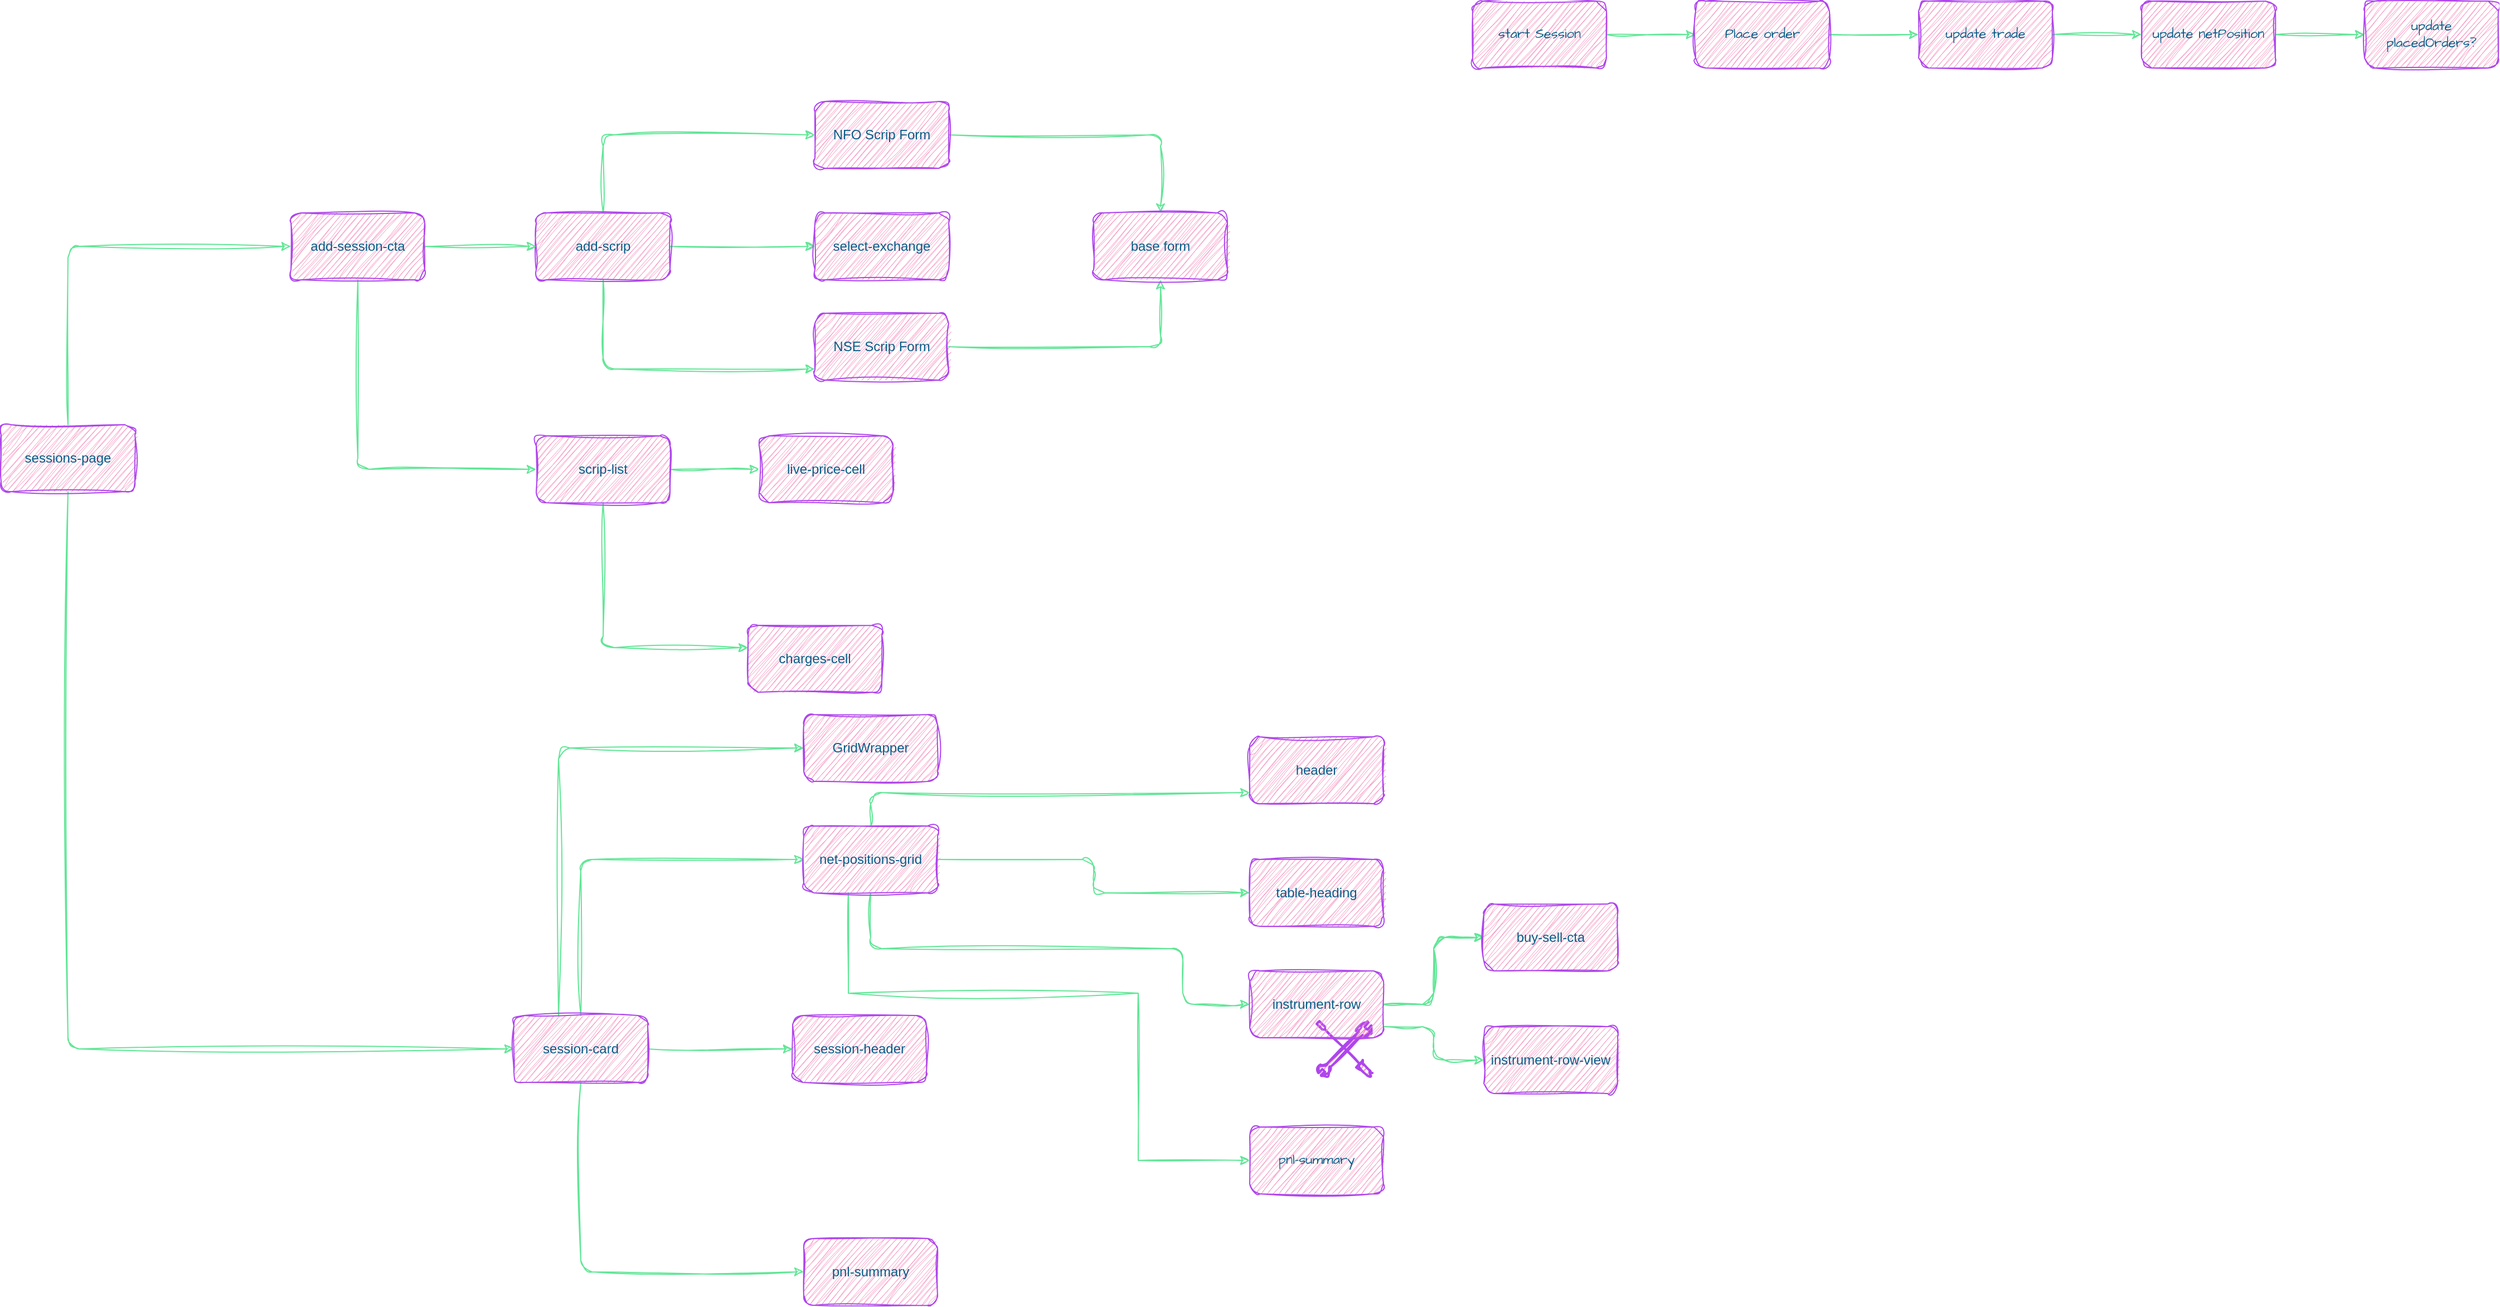
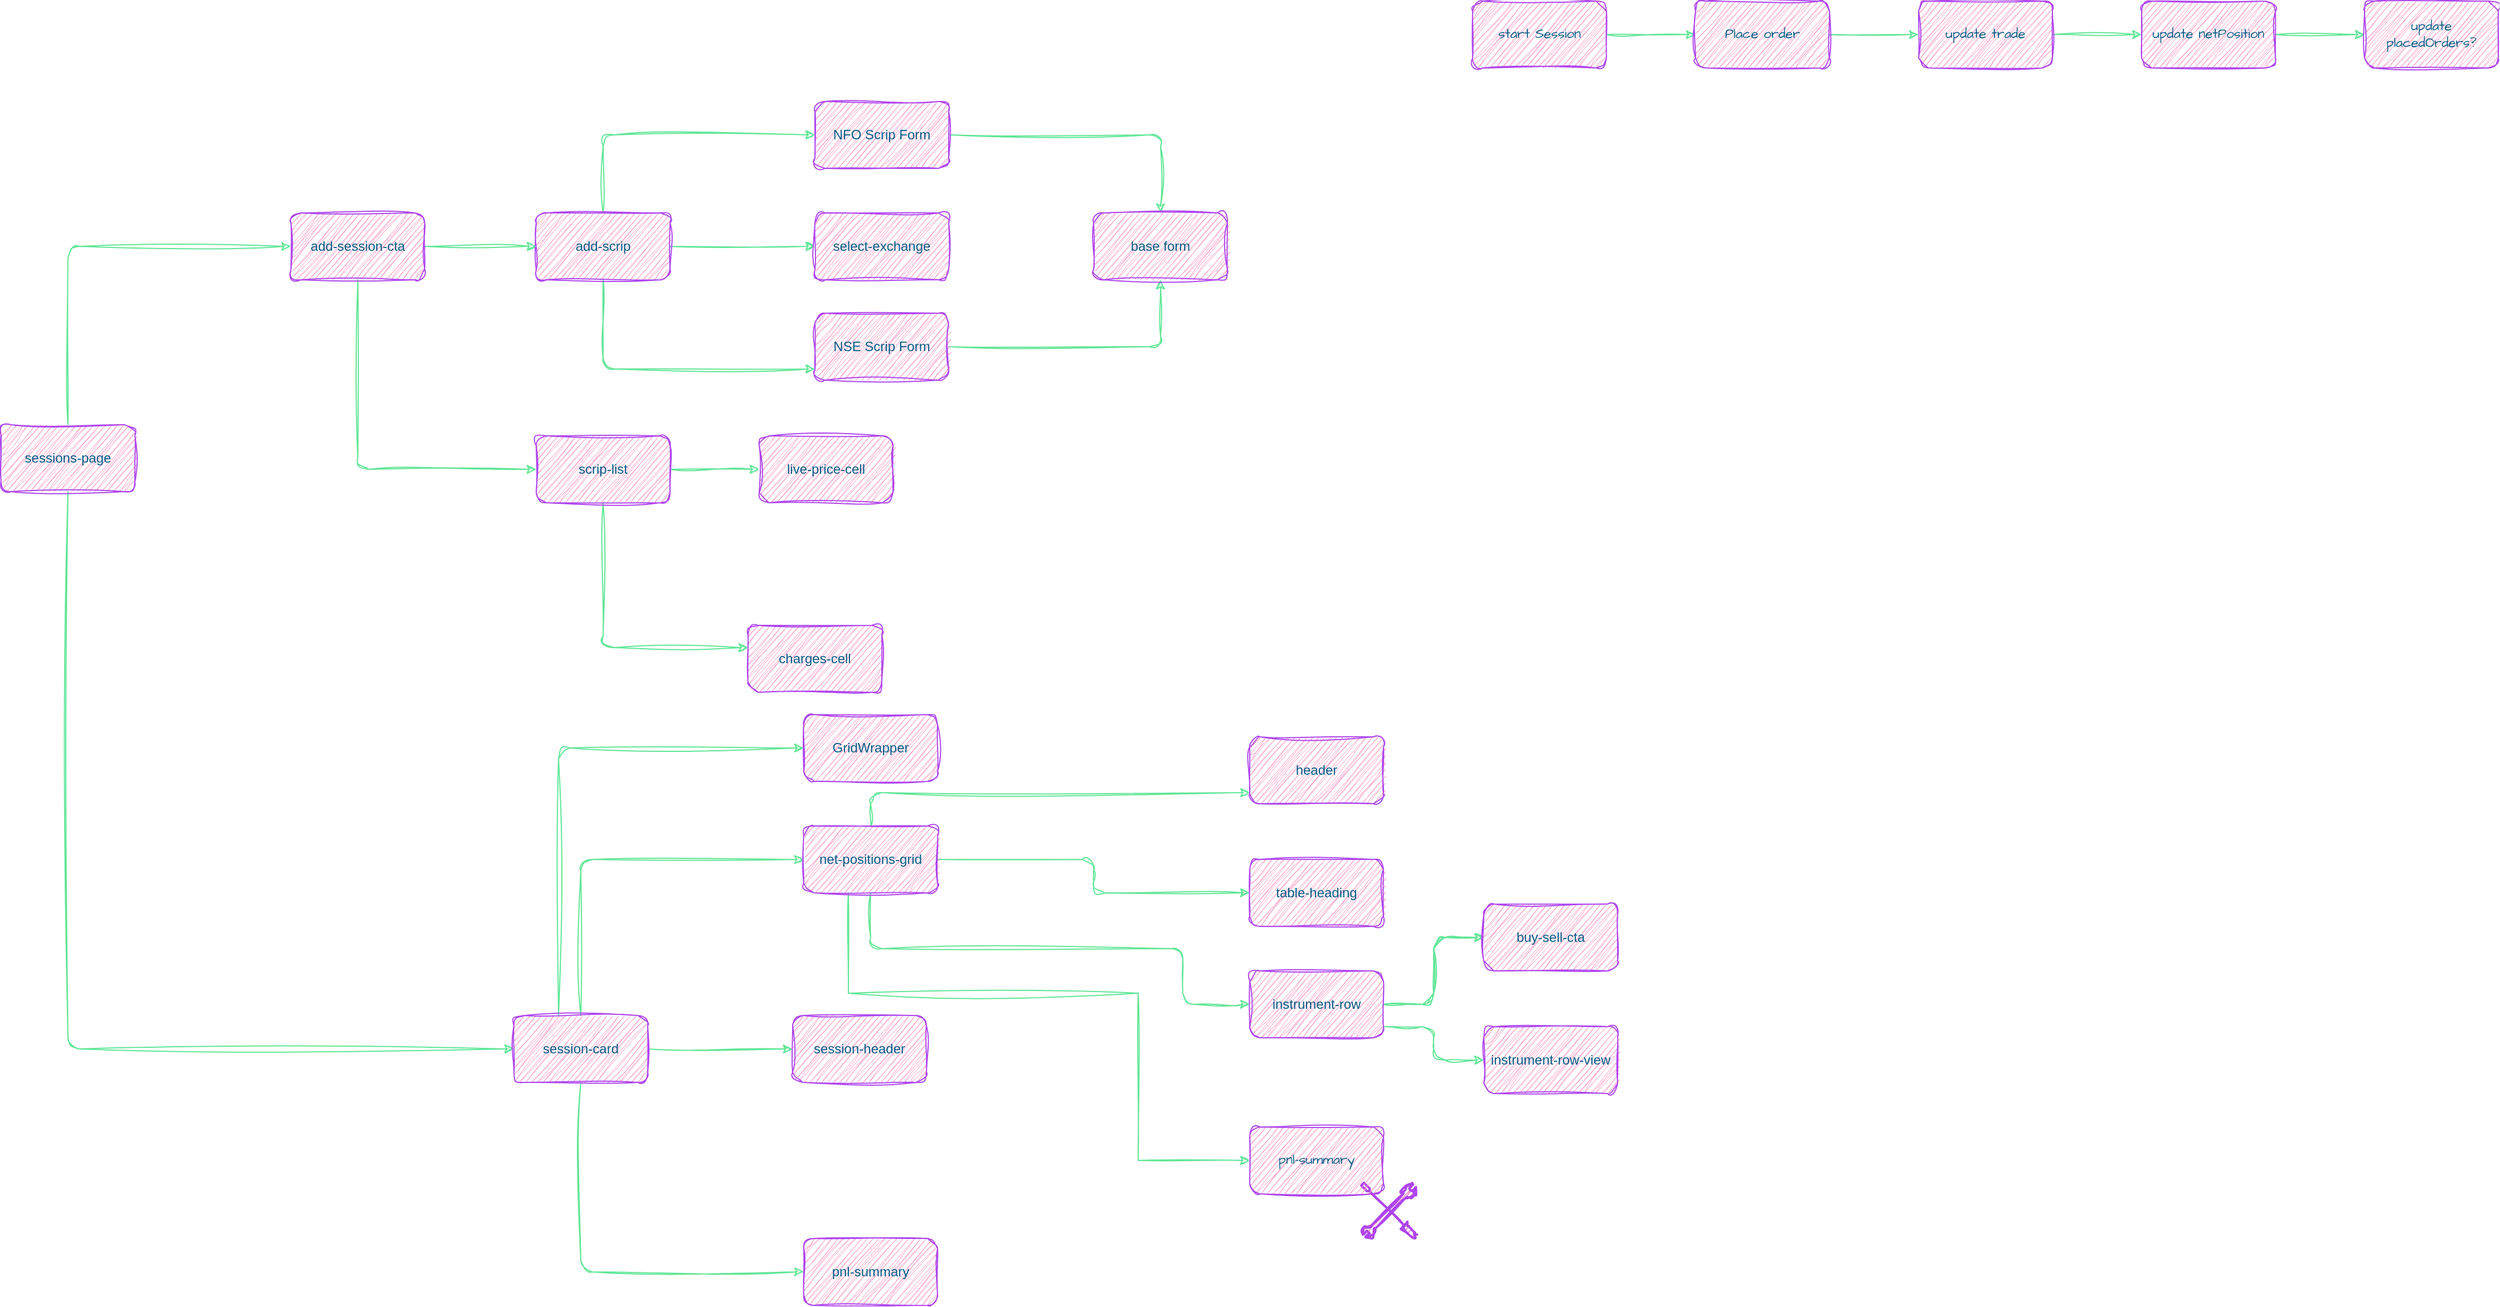
<mxfile host="app.diagrams.net" pages="5">
  <diagram id="wPQbEJP3DVO_ncDqMHqx" name="Sessions Page">
    <mxGraphModel dx="1757" dy="1026" grid="1" gridSize="10" guides="1" tooltips="1" connect="1" arrows="1" fold="1" page="0" pageScale="1" pageWidth="402" pageHeight="874" math="0" shadow="0">
      <root>
        <mxCell id="0" />
        <mxCell id="1" parent="0" />
        <mxCell id="DB1AKVm6qyutKQlFYAWD-6" edge="1" parent="1" source="DB1AKVm6qyutKQlFYAWD-1" style="edgeStyle=orthogonalEdgeStyle;rounded=1;orthogonalLoop=1;jettySize=auto;html=1;sketch=1;curveFitting=1;jiggle=2;labelBackgroundColor=none;fontColor=default;strokeColor=#60E696;" target="DB1AKVm6qyutKQlFYAWD-5" value="">
          <mxGeometry relative="1" as="geometry" />
        </mxCell>
        <mxCell id="DB1AKVm6qyutKQlFYAWD-8" edge="1" parent="1" source="DB1AKVm6qyutKQlFYAWD-1" style="edgeStyle=orthogonalEdgeStyle;rounded=1;orthogonalLoop=1;jettySize=auto;html=1;sketch=1;curveFitting=1;jiggle=2;labelBackgroundColor=none;fontColor=default;strokeColor=#60E696;" target="DB1AKVm6qyutKQlFYAWD-7" value="">
          <mxGeometry relative="1" as="geometry">
            <Array as="points">
              <mxPoint x="120" y="270" />
            </Array>
          </mxGeometry>
        </mxCell>
        <mxCell id="DB1AKVm6qyutKQlFYAWD-10" edge="1" parent="1" source="DB1AKVm6qyutKQlFYAWD-1" style="edgeStyle=orthogonalEdgeStyle;rounded=1;orthogonalLoop=1;jettySize=auto;html=1;sketch=1;curveFitting=1;jiggle=2;labelBackgroundColor=none;fontColor=default;strokeColor=#60E696;" target="DB1AKVm6qyutKQlFYAWD-9" value="">
          <mxGeometry relative="1" as="geometry">
            <Array as="points">
              <mxPoint x="120" y="60" />
            </Array>
          </mxGeometry>
        </mxCell>
        <mxCell id="DB1AKVm6qyutKQlFYAWD-1" parent="1" style="rounded=1;whiteSpace=wrap;html=1;sketch=1;curveFitting=1;jiggle=2;labelBackgroundColor=none;fillColor=#F694C1;strokeColor=#AF45ED;fontColor=#095C86;" value="add-scrip" vertex="1">
          <mxGeometry height="60" width="120" x="60" y="130" as="geometry" />
        </mxCell>
        <mxCell id="DB1AKVm6qyutKQlFYAWD-4" edge="1" parent="1" source="DB1AKVm6qyutKQlFYAWD-3" style="edgeStyle=orthogonalEdgeStyle;rounded=1;orthogonalLoop=1;jettySize=auto;html=1;sketch=1;curveFitting=1;jiggle=2;labelBackgroundColor=none;fontColor=default;strokeColor=#60E696;" target="DB1AKVm6qyutKQlFYAWD-1" value="">
          <mxGeometry relative="1" as="geometry" />
        </mxCell>
        <mxCell id="DB1AKVm6qyutKQlFYAWD-12" edge="1" parent="1" source="DB1AKVm6qyutKQlFYAWD-3" style="edgeStyle=orthogonalEdgeStyle;rounded=1;orthogonalLoop=1;jettySize=auto;html=1;sketch=1;curveFitting=1;jiggle=2;labelBackgroundColor=none;fontColor=default;strokeColor=#60E696;" target="DB1AKVm6qyutKQlFYAWD-11" value="">
          <mxGeometry relative="1" as="geometry">
            <Array as="points">
              <mxPoint x="-100" y="360" />
            </Array>
          </mxGeometry>
        </mxCell>
        <mxCell id="DB1AKVm6qyutKQlFYAWD-3" parent="1" style="rounded=1;whiteSpace=wrap;html=1;sketch=1;curveFitting=1;jiggle=2;labelBackgroundColor=none;fillColor=#F694C1;strokeColor=#AF45ED;fontColor=#095C86;" value="add-session-cta" vertex="1">
          <mxGeometry height="60" width="120" x="-160" y="130" as="geometry" />
        </mxCell>
        <mxCell id="DB1AKVm6qyutKQlFYAWD-5" parent="1" style="whiteSpace=wrap;html=1;rounded=1;sketch=1;curveFitting=1;jiggle=2;labelBackgroundColor=none;fillColor=#F694C1;strokeColor=#AF45ED;fontColor=#095C86;" value="select-exchange" vertex="1">
          <mxGeometry height="60" width="120" x="310" y="130" as="geometry" />
        </mxCell>
        <mxCell id="ouMAoqMrmdJ_XqpmxOQB-3" edge="1" parent="1" source="DB1AKVm6qyutKQlFYAWD-7" style="edgeStyle=orthogonalEdgeStyle;rounded=1;sketch=1;hachureGap=4;jiggle=2;curveFitting=1;orthogonalLoop=1;jettySize=auto;html=1;fontFamily=Architects Daughter;fontSource=https%3A%2F%2Ffonts.googleapis.com%2Fcss%3Ffamily%3DArchitects%2BDaughter;labelBackgroundColor=none;fontColor=default;strokeColor=#60E696;" target="ouMAoqMrmdJ_XqpmxOQB-1">
          <mxGeometry relative="1" as="geometry" />
        </mxCell>
        <mxCell id="DB1AKVm6qyutKQlFYAWD-7" parent="1" style="whiteSpace=wrap;html=1;rounded=1;sketch=1;curveFitting=1;jiggle=2;labelBackgroundColor=none;fillColor=#F694C1;strokeColor=#AF45ED;fontColor=#095C86;" value="NSE Scrip Form" vertex="1">
          <mxGeometry height="60" width="120" x="310" y="220" as="geometry" />
        </mxCell>
        <mxCell id="ouMAoqMrmdJ_XqpmxOQB-2" edge="1" parent="1" source="DB1AKVm6qyutKQlFYAWD-9" style="edgeStyle=orthogonalEdgeStyle;rounded=1;sketch=1;hachureGap=4;jiggle=2;curveFitting=1;orthogonalLoop=1;jettySize=auto;html=1;fontFamily=Architects Daughter;fontSource=https%3A%2F%2Ffonts.googleapis.com%2Fcss%3Ffamily%3DArchitects%2BDaughter;labelBackgroundColor=none;fontColor=default;strokeColor=#60E696;" target="ouMAoqMrmdJ_XqpmxOQB-1" value="">
          <mxGeometry relative="1" as="geometry" />
        </mxCell>
        <mxCell id="DB1AKVm6qyutKQlFYAWD-9" parent="1" style="whiteSpace=wrap;html=1;rounded=1;sketch=1;curveFitting=1;jiggle=2;labelBackgroundColor=none;fillColor=#F694C1;strokeColor=#AF45ED;fontColor=#095C86;" value="NFO Scrip Form" vertex="1">
          <mxGeometry height="60" width="120" x="310" y="30" as="geometry" />
        </mxCell>
        <mxCell id="ouMAoqMrmdJ_XqpmxOQB-15" edge="1" parent="1" source="DB1AKVm6qyutKQlFYAWD-11" style="edgeStyle=orthogonalEdgeStyle;rounded=1;sketch=1;hachureGap=4;jiggle=2;curveFitting=1;orthogonalLoop=1;jettySize=auto;html=1;fontFamily=Architects Daughter;fontSource=https%3A%2F%2Ffonts.googleapis.com%2Fcss%3Ffamily%3DArchitects%2BDaughter;labelBackgroundColor=none;fontColor=default;strokeColor=#60E696;" target="ouMAoqMrmdJ_XqpmxOQB-14" value="">
          <mxGeometry relative="1" as="geometry" />
        </mxCell>
        <mxCell id="ouMAoqMrmdJ_XqpmxOQB-17" edge="1" parent="1" source="DB1AKVm6qyutKQlFYAWD-11" style="edgeStyle=orthogonalEdgeStyle;rounded=1;sketch=1;hachureGap=4;jiggle=2;curveFitting=1;orthogonalLoop=1;jettySize=auto;html=1;fontFamily=Architects Daughter;fontSource=https%3A%2F%2Ffonts.googleapis.com%2Fcss%3Ffamily%3DArchitects%2BDaughter;labelBackgroundColor=none;fontColor=default;strokeColor=#60E696;" target="ouMAoqMrmdJ_XqpmxOQB-16" value="">
          <mxGeometry relative="1" as="geometry">
            <Array as="points">
              <mxPoint x="120" y="520" />
            </Array>
          </mxGeometry>
        </mxCell>
        <mxCell id="DB1AKVm6qyutKQlFYAWD-11" parent="1" style="whiteSpace=wrap;html=1;rounded=1;sketch=1;curveFitting=1;jiggle=2;labelBackgroundColor=none;fillColor=#F694C1;strokeColor=#AF45ED;fontColor=#095C86;" value="scrip-list" vertex="1">
          <mxGeometry height="60" width="120" x="60" y="330" as="geometry" />
        </mxCell>
        <mxCell id="DB1AKVm6qyutKQlFYAWD-15" edge="1" parent="1" source="DB1AKVm6qyutKQlFYAWD-14" style="edgeStyle=orthogonalEdgeStyle;rounded=1;sketch=1;hachureGap=4;jiggle=2;curveFitting=1;orthogonalLoop=1;jettySize=auto;html=1;entryX=0;entryY=0.5;entryDx=0;entryDy=0;fontFamily=Architects Daughter;fontSource=https%3A%2F%2Ffonts.googleapis.com%2Fcss%3Ffamily%3DArchitects%2BDaughter;fontColor=default;labelBackgroundColor=none;strokeColor=#60E696;" target="DB1AKVm6qyutKQlFYAWD-3">
          <mxGeometry relative="1" as="geometry">
            <Array as="points">
              <mxPoint x="-360" y="160" />
            </Array>
          </mxGeometry>
        </mxCell>
        <mxCell id="ouMAoqMrmdJ_XqpmxOQB-28" edge="1" parent="1" source="DB1AKVm6qyutKQlFYAWD-14" style="edgeStyle=orthogonalEdgeStyle;rounded=1;sketch=1;hachureGap=4;jiggle=2;curveFitting=1;orthogonalLoop=1;jettySize=auto;html=1;entryX=0;entryY=0.5;entryDx=0;entryDy=0;fontFamily=Architects Daughter;fontSource=https%3A%2F%2Ffonts.googleapis.com%2Fcss%3Ffamily%3DArchitects%2BDaughter;labelBackgroundColor=none;fontColor=default;strokeColor=#60E696;" target="ouMAoqMrmdJ_XqpmxOQB-19">
          <mxGeometry relative="1" as="geometry">
            <Array as="points">
              <mxPoint x="-360" y="880" />
            </Array>
          </mxGeometry>
        </mxCell>
        <mxCell id="DB1AKVm6qyutKQlFYAWD-14" parent="1" style="rounded=1;whiteSpace=wrap;html=1;sketch=1;curveFitting=1;jiggle=2;labelBackgroundColor=none;fillColor=#F694C1;strokeColor=#AF45ED;fontColor=#095C86;" value="sessions-page" vertex="1">
          <mxGeometry height="60" width="120" x="-420" y="320" as="geometry" />
        </mxCell>
        <mxCell id="ouMAoqMrmdJ_XqpmxOQB-1" parent="1" style="whiteSpace=wrap;html=1;rounded=1;sketch=1;curveFitting=1;jiggle=2;labelBackgroundColor=none;fillColor=#F694C1;strokeColor=#AF45ED;fontColor=#095C86;" value="base form" vertex="1">
          <mxGeometry height="60" width="120" x="560" y="130" as="geometry" />
        </mxCell>
        <mxCell id="ouMAoqMrmdJ_XqpmxOQB-6" edge="1" parent="1" source="ouMAoqMrmdJ_XqpmxOQB-4" style="edgeStyle=orthogonalEdgeStyle;rounded=1;sketch=1;hachureGap=4;jiggle=2;curveFitting=1;orthogonalLoop=1;jettySize=auto;html=1;fontFamily=Architects Daughter;fontSource=https%3A%2F%2Ffonts.googleapis.com%2Fcss%3Ffamily%3DArchitects%2BDaughter;labelBackgroundColor=none;fontColor=default;strokeColor=#60E696;" target="ouMAoqMrmdJ_XqpmxOQB-5" value="">
          <mxGeometry relative="1" as="geometry" />
        </mxCell>
        <mxCell id="ouMAoqMrmdJ_XqpmxOQB-4" parent="1" style="whiteSpace=wrap;html=1;sketch=1;hachureGap=4;jiggle=2;curveFitting=1;fontFamily=Architects Daughter;fontSource=https%3A%2F%2Ffonts.googleapis.com%2Fcss%3Ffamily%3DArchitects%2BDaughter;labelBackgroundColor=none;rounded=1;fillColor=#F694C1;strokeColor=#AF45ED;fontColor=#095C86;" value="start Session" vertex="1">
          <mxGeometry height="60" width="120" x="900" y="-60" as="geometry" />
        </mxCell>
        <mxCell id="ouMAoqMrmdJ_XqpmxOQB-8" edge="1" parent="1" source="ouMAoqMrmdJ_XqpmxOQB-5" style="edgeStyle=orthogonalEdgeStyle;rounded=1;sketch=1;hachureGap=4;jiggle=2;curveFitting=1;orthogonalLoop=1;jettySize=auto;html=1;fontFamily=Architects Daughter;fontSource=https%3A%2F%2Ffonts.googleapis.com%2Fcss%3Ffamily%3DArchitects%2BDaughter;labelBackgroundColor=none;fontColor=default;strokeColor=#60E696;" target="ouMAoqMrmdJ_XqpmxOQB-7" value="">
          <mxGeometry relative="1" as="geometry" />
        </mxCell>
        <mxCell id="ouMAoqMrmdJ_XqpmxOQB-5" parent="1" style="whiteSpace=wrap;html=1;fontFamily=Architects Daughter;sketch=1;hachureGap=4;jiggle=2;curveFitting=1;fontSource=https%3A%2F%2Ffonts.googleapis.com%2Fcss%3Ffamily%3DArchitects%2BDaughter;labelBackgroundColor=none;rounded=1;fillColor=#F694C1;strokeColor=#AF45ED;fontColor=#095C86;" value="Place order" vertex="1">
          <mxGeometry height="60" width="120" x="1100" y="-60" as="geometry" />
        </mxCell>
        <mxCell id="ouMAoqMrmdJ_XqpmxOQB-10" edge="1" parent="1" source="ouMAoqMrmdJ_XqpmxOQB-7" style="edgeStyle=orthogonalEdgeStyle;rounded=1;sketch=1;hachureGap=4;jiggle=2;curveFitting=1;orthogonalLoop=1;jettySize=auto;html=1;fontFamily=Architects Daughter;fontSource=https%3A%2F%2Ffonts.googleapis.com%2Fcss%3Ffamily%3DArchitects%2BDaughter;labelBackgroundColor=none;fontColor=default;strokeColor=#60E696;" target="ouMAoqMrmdJ_XqpmxOQB-9" value="">
          <mxGeometry relative="1" as="geometry" />
        </mxCell>
        <mxCell id="ouMAoqMrmdJ_XqpmxOQB-7" parent="1" style="whiteSpace=wrap;html=1;fontFamily=Architects Daughter;sketch=1;hachureGap=4;jiggle=2;curveFitting=1;fontSource=https%3A%2F%2Ffonts.googleapis.com%2Fcss%3Ffamily%3DArchitects%2BDaughter;labelBackgroundColor=none;rounded=1;fillColor=#F694C1;strokeColor=#AF45ED;fontColor=#095C86;" value="update trade" vertex="1">
          <mxGeometry height="60" width="120" x="1300" y="-60" as="geometry" />
        </mxCell>
        <mxCell id="ouMAoqMrmdJ_XqpmxOQB-12" edge="1" parent="1" source="ouMAoqMrmdJ_XqpmxOQB-9" style="edgeStyle=orthogonalEdgeStyle;rounded=1;sketch=1;hachureGap=4;jiggle=2;curveFitting=1;orthogonalLoop=1;jettySize=auto;html=1;fontFamily=Architects Daughter;fontSource=https%3A%2F%2Ffonts.googleapis.com%2Fcss%3Ffamily%3DArchitects%2BDaughter;labelBackgroundColor=none;fontColor=default;strokeColor=#60E696;" target="ouMAoqMrmdJ_XqpmxOQB-11" value="">
          <mxGeometry relative="1" as="geometry" />
        </mxCell>
        <mxCell id="ouMAoqMrmdJ_XqpmxOQB-9" parent="1" style="whiteSpace=wrap;html=1;fontFamily=Architects Daughter;sketch=1;hachureGap=4;jiggle=2;curveFitting=1;fontSource=https%3A%2F%2Ffonts.googleapis.com%2Fcss%3Ffamily%3DArchitects%2BDaughter;labelBackgroundColor=none;rounded=1;fillColor=#F694C1;strokeColor=#AF45ED;fontColor=#095C86;" value="update netPosition" vertex="1">
          <mxGeometry height="60" width="120" x="1500" y="-60" as="geometry" />
        </mxCell>
        <mxCell id="ouMAoqMrmdJ_XqpmxOQB-11" parent="1" style="whiteSpace=wrap;html=1;fontFamily=Architects Daughter;sketch=1;hachureGap=4;jiggle=2;curveFitting=1;fontSource=https%3A%2F%2Ffonts.googleapis.com%2Fcss%3Ffamily%3DArchitects%2BDaughter;labelBackgroundColor=none;rounded=1;fillColor=#F694C1;strokeColor=#AF45ED;fontColor=#095C86;" value="update placedOrders?" vertex="1">
          <mxGeometry height="60" width="120" x="1700" y="-60" as="geometry" />
        </mxCell>
        <mxCell id="ouMAoqMrmdJ_XqpmxOQB-13" parent="1" style="html=1;verticalLabelPosition=bottom;align=center;labelBackgroundColor=none;verticalAlign=top;strokeWidth=2;shadow=0;dashed=0;shape=mxgraph.ios7.icons.tools;pointerEvents=1;sketch=1;hachureGap=4;jiggle=2;curveFitting=1;fontFamily=Architects Daughter;fontSource=https%3A%2F%2Ffonts.googleapis.com%2Fcss%3Ffamily%3DArchitects%2BDaughter;rounded=1;fillColor=#F694C1;strokeColor=#AF45ED;fontColor=#095C86;" value="" vertex="1">
-           <mxGeometry height="50" width="50" x="760" y="855" as="geometry" />
+           <mxGeometry height="50" width="50" x="800" y="1000" as="geometry" />
        </mxCell>
        <mxCell id="ouMAoqMrmdJ_XqpmxOQB-14" parent="1" style="whiteSpace=wrap;html=1;rounded=1;sketch=1;curveFitting=1;jiggle=2;labelBackgroundColor=none;fillColor=#F694C1;strokeColor=#AF45ED;fontColor=#095C86;" value="live-price-cell" vertex="1">
          <mxGeometry height="60" width="120" x="260" y="330" as="geometry" />
        </mxCell>
        <mxCell id="ouMAoqMrmdJ_XqpmxOQB-16" parent="1" style="whiteSpace=wrap;html=1;rounded=1;sketch=1;curveFitting=1;jiggle=2;labelBackgroundColor=none;fillColor=#F694C1;strokeColor=#AF45ED;fontColor=#095C86;" value="charges-cell" vertex="1">
          <mxGeometry height="60" width="120" x="250" y="500" as="geometry" />
        </mxCell>
        <mxCell id="ouMAoqMrmdJ_XqpmxOQB-22" edge="1" parent="1" source="ouMAoqMrmdJ_XqpmxOQB-19" style="edgeStyle=orthogonalEdgeStyle;rounded=1;sketch=1;hachureGap=4;jiggle=2;curveFitting=1;orthogonalLoop=1;jettySize=auto;html=1;fontFamily=Architects Daughter;fontSource=https%3A%2F%2Ffonts.googleapis.com%2Fcss%3Ffamily%3DArchitects%2BDaughter;labelBackgroundColor=none;fontColor=default;strokeColor=#60E696;" target="ouMAoqMrmdJ_XqpmxOQB-21" value="">
          <mxGeometry relative="1" as="geometry" />
        </mxCell>
        <mxCell id="ouMAoqMrmdJ_XqpmxOQB-25" edge="1" parent="1" source="ouMAoqMrmdJ_XqpmxOQB-19" style="edgeStyle=orthogonalEdgeStyle;rounded=1;sketch=1;hachureGap=4;jiggle=2;curveFitting=1;orthogonalLoop=1;jettySize=auto;html=1;entryX=0;entryY=0.5;entryDx=0;entryDy=0;fontFamily=Architects Daughter;fontSource=https%3A%2F%2Ffonts.googleapis.com%2Fcss%3Ffamily%3DArchitects%2BDaughter;labelBackgroundColor=none;fontColor=default;strokeColor=#60E696;" target="ouMAoqMrmdJ_XqpmxOQB-23">
          <mxGeometry relative="1" as="geometry">
            <Array as="points">
              <mxPoint x="100" y="710" />
            </Array>
          </mxGeometry>
        </mxCell>
        <mxCell id="ouMAoqMrmdJ_XqpmxOQB-27" edge="1" parent="1" source="ouMAoqMrmdJ_XqpmxOQB-19" style="edgeStyle=orthogonalEdgeStyle;rounded=1;sketch=1;hachureGap=4;jiggle=2;curveFitting=1;orthogonalLoop=1;jettySize=auto;html=1;fontFamily=Architects Daughter;fontSource=https%3A%2F%2Ffonts.googleapis.com%2Fcss%3Ffamily%3DArchitects%2BDaughter;labelBackgroundColor=none;fontColor=default;strokeColor=#60E696;" target="ouMAoqMrmdJ_XqpmxOQB-26" value="">
          <mxGeometry relative="1" as="geometry">
            <Array as="points">
              <mxPoint x="100" y="1080" />
            </Array>
          </mxGeometry>
        </mxCell>
        <mxCell id="ouMAoqMrmdJ_XqpmxOQB-30" edge="1" parent="1" source="ouMAoqMrmdJ_XqpmxOQB-19" style="edgeStyle=orthogonalEdgeStyle;rounded=1;sketch=1;hachureGap=4;jiggle=2;curveFitting=1;orthogonalLoop=1;jettySize=auto;html=1;fontFamily=Architects Daughter;fontSource=https%3A%2F%2Ffonts.googleapis.com%2Fcss%3Ffamily%3DArchitects%2BDaughter;fontColor=default;labelBackgroundColor=none;strokeColor=#60E696;" target="ouMAoqMrmdJ_XqpmxOQB-29" value="">
          <mxGeometry relative="1" as="geometry">
            <Array as="points">
              <mxPoint x="80" y="610" />
            </Array>
          </mxGeometry>
        </mxCell>
        <mxCell id="ouMAoqMrmdJ_XqpmxOQB-19" parent="1" style="whiteSpace=wrap;html=1;rounded=1;sketch=1;curveFitting=1;jiggle=2;labelBackgroundColor=none;fillColor=#F694C1;strokeColor=#AF45ED;fontColor=#095C86;" value="session-card" vertex="1">
          <mxGeometry height="60" width="120" x="40" y="850" as="geometry" />
        </mxCell>
        <mxCell id="ouMAoqMrmdJ_XqpmxOQB-21" parent="1" style="whiteSpace=wrap;html=1;rounded=1;sketch=1;curveFitting=1;jiggle=2;labelBackgroundColor=none;fillColor=#F694C1;strokeColor=#AF45ED;fontColor=#095C86;" value="session-header" vertex="1">
          <mxGeometry height="60" width="120" x="290" y="850" as="geometry" />
        </mxCell>
        <mxCell id="ouMAoqMrmdJ_XqpmxOQB-32" edge="1" parent="1" source="ouMAoqMrmdJ_XqpmxOQB-23" style="edgeStyle=orthogonalEdgeStyle;rounded=1;sketch=1;hachureGap=4;jiggle=2;curveFitting=1;orthogonalLoop=1;jettySize=auto;html=1;fontFamily=Architects Daughter;fontSource=https%3A%2F%2Ffonts.googleapis.com%2Fcss%3Ffamily%3DArchitects%2BDaughter;fontColor=default;labelBackgroundColor=none;strokeColor=#60E696;" target="ouMAoqMrmdJ_XqpmxOQB-31" value="">
          <mxGeometry relative="1" as="geometry">
            <Array as="points">
              <mxPoint x="360" y="650" />
            </Array>
          </mxGeometry>
        </mxCell>
        <mxCell id="ouMAoqMrmdJ_XqpmxOQB-34" edge="1" parent="1" source="ouMAoqMrmdJ_XqpmxOQB-23" style="edgeStyle=orthogonalEdgeStyle;rounded=1;sketch=1;hachureGap=4;jiggle=2;curveFitting=1;orthogonalLoop=1;jettySize=auto;html=1;fontFamily=Architects Daughter;fontSource=https%3A%2F%2Ffonts.googleapis.com%2Fcss%3Ffamily%3DArchitects%2BDaughter;fontColor=default;labelBackgroundColor=none;strokeColor=#60E696;" target="ouMAoqMrmdJ_XqpmxOQB-33" value="">
          <mxGeometry relative="1" as="geometry" />
        </mxCell>
        <mxCell id="ouMAoqMrmdJ_XqpmxOQB-38" edge="1" parent="1" source="ouMAoqMrmdJ_XqpmxOQB-23" style="edgeStyle=orthogonalEdgeStyle;rounded=1;sketch=1;hachureGap=4;jiggle=2;curveFitting=1;orthogonalLoop=1;jettySize=auto;html=1;fontFamily=Architects Daughter;fontSource=https%3A%2F%2Ffonts.googleapis.com%2Fcss%3Ffamily%3DArchitects%2BDaughter;fontColor=default;labelBackgroundColor=none;strokeColor=#60E696;" target="ouMAoqMrmdJ_XqpmxOQB-37" value="">
          <mxGeometry relative="1" as="geometry">
            <Array as="points">
              <mxPoint x="360" y="790" />
              <mxPoint x="640" y="790" />
            </Array>
          </mxGeometry>
        </mxCell>
        <mxCell id="eX8Cx5BNWnft2gzvnQZb-2" edge="1" parent="1" source="ouMAoqMrmdJ_XqpmxOQB-23" style="edgeStyle=orthogonalEdgeStyle;rounded=0;sketch=1;hachureGap=4;jiggle=2;curveFitting=1;orthogonalLoop=1;jettySize=auto;html=1;fontFamily=Architects Daughter;fontSource=https%3A%2F%2Ffonts.googleapis.com%2Fcss%3Ffamily%3DArchitects%2BDaughter;entryX=0;entryY=0.5;entryDx=0;entryDy=0;labelBackgroundColor=none;fontColor=default;strokeColor=#60E696;" target="eX8Cx5BNWnft2gzvnQZb-3">
          <mxGeometry relative="1" as="geometry">
            <Array as="points">
              <mxPoint x="340" y="830" />
              <mxPoint x="600" y="830" />
              <mxPoint x="600" y="980" />
            </Array>
            <mxPoint x="600" y="1010" as="targetPoint" />
          </mxGeometry>
        </mxCell>
        <mxCell id="ouMAoqMrmdJ_XqpmxOQB-23" parent="1" style="whiteSpace=wrap;html=1;rounded=1;sketch=1;curveFitting=1;jiggle=2;labelBackgroundColor=none;fillColor=#F694C1;strokeColor=#AF45ED;fontColor=#095C86;" value="net-positions-grid" vertex="1">
          <mxGeometry height="60" width="120" x="300" y="680" as="geometry" />
        </mxCell>
        <mxCell id="ouMAoqMrmdJ_XqpmxOQB-26" parent="1" style="whiteSpace=wrap;html=1;rounded=1;sketch=1;curveFitting=1;jiggle=2;labelBackgroundColor=none;fillColor=#F694C1;strokeColor=#AF45ED;fontColor=#095C86;" value="pnl-summary" vertex="1">
          <mxGeometry height="60" width="120" x="300" y="1050" as="geometry" />
        </mxCell>
        <mxCell id="ouMAoqMrmdJ_XqpmxOQB-29" parent="1" style="whiteSpace=wrap;html=1;rounded=1;sketch=1;curveFitting=1;jiggle=2;labelBackgroundColor=none;fillColor=#F694C1;strokeColor=#AF45ED;fontColor=#095C86;" value="GridWrapper" vertex="1">
          <mxGeometry height="60" width="120" x="300" y="580" as="geometry" />
        </mxCell>
        <mxCell id="ouMAoqMrmdJ_XqpmxOQB-31" parent="1" style="whiteSpace=wrap;html=1;rounded=1;sketch=1;curveFitting=1;jiggle=2;labelBackgroundColor=none;fillColor=#F694C1;strokeColor=#AF45ED;fontColor=#095C86;" value="header" vertex="1">
          <mxGeometry height="60" width="120" x="700" y="600" as="geometry" />
        </mxCell>
        <mxCell id="ouMAoqMrmdJ_XqpmxOQB-33" parent="1" style="whiteSpace=wrap;html=1;rounded=1;sketch=1;curveFitting=1;jiggle=2;labelBackgroundColor=none;fillColor=#F694C1;strokeColor=#AF45ED;fontColor=#095C86;" value="table-heading" vertex="1">
          <mxGeometry height="60" width="120" x="700" y="710" as="geometry" />
        </mxCell>
        <mxCell id="ouMAoqMrmdJ_XqpmxOQB-40" edge="1" parent="1" source="ouMAoqMrmdJ_XqpmxOQB-37" style="edgeStyle=orthogonalEdgeStyle;rounded=1;sketch=1;hachureGap=4;jiggle=2;curveFitting=1;orthogonalLoop=1;jettySize=auto;html=1;fontFamily=Architects Daughter;fontSource=https%3A%2F%2Ffonts.googleapis.com%2Fcss%3Ffamily%3DArchitects%2BDaughter;fontColor=default;labelBackgroundColor=none;strokeColor=#60E696;" target="ouMAoqMrmdJ_XqpmxOQB-39" value="">
          <mxGeometry relative="1" as="geometry" />
        </mxCell>
        <mxCell id="ouMAoqMrmdJ_XqpmxOQB-41" edge="1" parent="1" source="ouMAoqMrmdJ_XqpmxOQB-37" style="edgeStyle=orthogonalEdgeStyle;rounded=1;sketch=1;hachureGap=4;jiggle=2;curveFitting=1;orthogonalLoop=1;jettySize=auto;html=1;fontFamily=Architects Daughter;fontSource=https%3A%2F%2Ffonts.googleapis.com%2Fcss%3Ffamily%3DArchitects%2BDaughter;fontColor=default;labelBackgroundColor=none;strokeColor=#60E696;" target="ouMAoqMrmdJ_XqpmxOQB-39" value="">
          <mxGeometry relative="1" as="geometry" />
        </mxCell>
        <mxCell id="ouMAoqMrmdJ_XqpmxOQB-43" edge="1" parent="1" source="ouMAoqMrmdJ_XqpmxOQB-37" style="edgeStyle=orthogonalEdgeStyle;rounded=1;sketch=1;hachureGap=4;jiggle=2;curveFitting=1;orthogonalLoop=1;jettySize=auto;html=1;fontFamily=Architects Daughter;fontSource=https%3A%2F%2Ffonts.googleapis.com%2Fcss%3Ffamily%3DArchitects%2BDaughter;fontColor=default;labelBackgroundColor=none;strokeColor=#60E696;" target="ouMAoqMrmdJ_XqpmxOQB-42" value="">
          <mxGeometry relative="1" as="geometry">
            <Array as="points">
              <mxPoint x="865" y="860" />
              <mxPoint x="865" y="890" />
            </Array>
          </mxGeometry>
        </mxCell>
        <mxCell id="ouMAoqMrmdJ_XqpmxOQB-37" parent="1" style="whiteSpace=wrap;html=1;rounded=1;sketch=1;curveFitting=1;jiggle=2;labelBackgroundColor=none;fillColor=#F694C1;strokeColor=#AF45ED;fontColor=#095C86;" value="instrument-row" vertex="1">
          <mxGeometry height="60" width="120" x="700" y="810" as="geometry" />
        </mxCell>
        <mxCell id="ouMAoqMrmdJ_XqpmxOQB-39" parent="1" style="whiteSpace=wrap;html=1;rounded=1;sketch=1;curveFitting=1;jiggle=2;labelBackgroundColor=none;fillColor=#F694C1;strokeColor=#AF45ED;fontColor=#095C86;" value="buy-sell-cta" vertex="1">
          <mxGeometry height="60" width="120" x="910" y="750" as="geometry" />
        </mxCell>
        <mxCell id="ouMAoqMrmdJ_XqpmxOQB-42" parent="1" style="whiteSpace=wrap;html=1;rounded=1;sketch=1;curveFitting=1;jiggle=2;labelBackgroundColor=none;fillColor=#F694C1;strokeColor=#AF45ED;fontColor=#095C86;" value="instrument-row-view" vertex="1">
          <mxGeometry height="60" width="120" x="910" y="860" as="geometry" />
        </mxCell>
        <mxCell id="eX8Cx5BNWnft2gzvnQZb-3" parent="1" style="rounded=1;whiteSpace=wrap;html=1;sketch=1;hachureGap=4;jiggle=2;curveFitting=1;fontFamily=Architects Daughter;fontSource=https%3A%2F%2Ffonts.googleapis.com%2Fcss%3Ffamily%3DArchitects%2BDaughter;labelBackgroundColor=none;fillColor=#F694C1;strokeColor=#AF45ED;fontColor=#095C86;" value="pnl-summary" vertex="1">
          <mxGeometry height="60" width="120" x="700" y="950" as="geometry" />
        </mxCell>
      </root>
    </mxGraphModel>
  </diagram>
  <diagram id="YVkBlKKJ4RNEtawBKbZk" name="Session">
    <mxGraphModel dx="1357" dy="626" grid="1" gridSize="10" guides="1" tooltips="1" connect="1" arrows="1" fold="1" page="0" pageScale="1" pageWidth="402" pageHeight="874" math="0" shadow="0">
      <root>
        <mxCell id="0" />
        <mxCell id="1" parent="0" />
        <mxCell id="b8iQl_XISdQ6rZ6kNcMQ-3" edge="1" parent="1" source="b8iQl_XISdQ6rZ6kNcMQ-1" style="edgeStyle=orthogonalEdgeStyle;rounded=0;orthogonalLoop=1;jettySize=auto;html=1;" target="b8iQl_XISdQ6rZ6kNcMQ-2" value="">
          <mxGeometry relative="1" as="geometry" />
        </mxCell>
        <mxCell id="b8iQl_XISdQ6rZ6kNcMQ-1" parent="1" style="rounded=1;whiteSpace=wrap;html=1;" value="start session" vertex="1">
          <mxGeometry height="60" width="120" x="-200" y="80" as="geometry" />
        </mxCell>
        <mxCell id="b8iQl_XISdQ6rZ6kNcMQ-5" edge="1" parent="1" source="b8iQl_XISdQ6rZ6kNcMQ-2" style="edgeStyle=orthogonalEdgeStyle;rounded=0;orthogonalLoop=1;jettySize=auto;html=1;" target="b8iQl_XISdQ6rZ6kNcMQ-4" value="">
          <mxGeometry relative="1" as="geometry" />
        </mxCell>
        <mxCell id="b8iQl_XISdQ6rZ6kNcMQ-2" parent="1" style="whiteSpace=wrap;html=1;rounded=1;" value="place orders&amp;nbsp;&lt;br&gt;(all or none)" vertex="1">
          <mxGeometry height="60" width="120" y="80" as="geometry" />
        </mxCell>
        <mxCell id="b8iQl_XISdQ6rZ6kNcMQ-7" edge="1" parent="1" source="b8iQl_XISdQ6rZ6kNcMQ-4" style="edgeStyle=orthogonalEdgeStyle;rounded=0;orthogonalLoop=1;jettySize=auto;html=1;" target="b8iQl_XISdQ6rZ6kNcMQ-6" value="">
          <mxGeometry relative="1" as="geometry" />
        </mxCell>
        <mxCell id="b8iQl_XISdQ6rZ6kNcMQ-4" parent="1" style="whiteSpace=wrap;html=1;rounded=1;" value="update margins" vertex="1">
          <mxGeometry height="60" width="120" x="200" y="80" as="geometry" />
        </mxCell>
        <mxCell id="b8iQl_XISdQ6rZ6kNcMQ-6" parent="1" style="whiteSpace=wrap;html=1;rounded=1;" value="create session" vertex="1">
          <mxGeometry height="60" width="120" x="200" y="200" as="geometry" />
        </mxCell>
        <mxCell id="b8iQl_XISdQ6rZ6kNcMQ-8" parent="1" style="rounded=1;whiteSpace=wrap;html=1;fillColor=#fff2cc;strokeColor=#d6b656;" value="firebase" vertex="1">
          <mxGeometry height="40" width="80" x="300" y="190" as="geometry" />
        </mxCell>
        <mxCell id="b8iQl_XISdQ6rZ6kNcMQ-9" parent="1" style="rounded=1;whiteSpace=wrap;html=1;fillColor=#fff2cc;strokeColor=#d6b656;" value="kite" vertex="1">
          <mxGeometry height="40" width="80" x="80" y="50" as="geometry" />
        </mxCell>
        <mxCell id="b8iQl_XISdQ6rZ6kNcMQ-10" parent="1" style="rounded=1;whiteSpace=wrap;html=1;fillColor=#fff2cc;strokeColor=#d6b656;" value="firebase" vertex="1">
          <mxGeometry height="40" width="80" x="290" y="60" as="geometry" />
        </mxCell>
      </root>
    </mxGraphModel>
  </diagram>
  <diagram id="4KjMPYYtLXdBkkJX1B08" name="Auth">
    <mxGraphModel dx="1276" dy="835" grid="0" gridSize="10" guides="1" tooltips="1" connect="1" arrows="1" fold="1" page="0" pageScale="1" pageWidth="402" pageHeight="874" math="0" shadow="0">
      <root>
        <mxCell id="0" />
        <mxCell id="1" parent="0" />
        <mxCell id="pPH6oVQiPgVcm9OUePWL-3" edge="1" parent="1" source="pPH6oVQiPgVcm9OUePWL-1" style="edgeStyle=orthogonalEdgeStyle;rounded=0;orthogonalLoop=1;jettySize=auto;html=1;" target="pPH6oVQiPgVcm9OUePWL-2" value="">
          <mxGeometry relative="1" as="geometry" />
        </mxCell>
        <mxCell id="pPH6oVQiPgVcm9OUePWL-1" parent="1" style="rounded=1;whiteSpace=wrap;html=1;" value="User clicks &quot;Login&quot; Button" vertex="1">
          <mxGeometry height="60" width="120" x="23" y="101" as="geometry" />
        </mxCell>
        <mxCell id="pPH6oVQiPgVcm9OUePWL-5" edge="1" parent="1" source="pPH6oVQiPgVcm9OUePWL-2" style="edgeStyle=orthogonalEdgeStyle;rounded=0;orthogonalLoop=1;jettySize=auto;html=1;" target="pPH6oVQiPgVcm9OUePWL-4" value="">
          <mxGeometry relative="1" as="geometry" />
        </mxCell>
        <mxCell id="pPH6oVQiPgVcm9OUePWL-2" parent="1" style="whiteSpace=wrap;html=1;rounded=1;" value="Open the Login URL" vertex="1">
          <mxGeometry height="60" width="120" x="223" y="101" as="geometry" />
        </mxCell>
        <mxCell id="pPH6oVQiPgVcm9OUePWL-7" edge="1" parent="1" source="pPH6oVQiPgVcm9OUePWL-4" style="edgeStyle=orthogonalEdgeStyle;rounded=0;orthogonalLoop=1;jettySize=auto;html=1;" target="pPH6oVQiPgVcm9OUePWL-6" value="">
          <mxGeometry relative="1" as="geometry" />
        </mxCell>
        <mxCell id="pPH6oVQiPgVcm9OUePWL-4" parent="1" style="whiteSpace=wrap;html=1;rounded=1;" value="User logins to Zerodha" vertex="1">
          <mxGeometry height="60" width="120" x="423" y="101" as="geometry" />
        </mxCell>
        <mxCell id="pPH6oVQiPgVcm9OUePWL-9" edge="1" parent="1" source="pPH6oVQiPgVcm9OUePWL-6" style="edgeStyle=orthogonalEdgeStyle;rounded=0;orthogonalLoop=1;jettySize=auto;html=1;" target="pPH6oVQiPgVcm9OUePWL-8" value="">
          <mxGeometry relative="1" as="geometry" />
        </mxCell>
        <mxCell id="pPH6oVQiPgVcm9OUePWL-6" parent="1" style="whiteSpace=wrap;html=1;rounded=1;" value="Redirected to callback URL with request_token&lt;br&gt;&lt;b&gt;http://localhost:3000/api/auth/kite/callback&lt;/b&gt;" vertex="1">
          <mxGeometry height="60" width="262" x="352" y="244" as="geometry" />
        </mxCell>
        <mxCell id="pPH6oVQiPgVcm9OUePWL-13" edge="1" parent="1" source="pPH6oVQiPgVcm9OUePWL-8" style="edgeStyle=orthogonalEdgeStyle;rounded=0;orthogonalLoop=1;jettySize=auto;html=1;" target="pPH6oVQiPgVcm9OUePWL-12" value="">
          <mxGeometry relative="1" as="geometry" />
        </mxCell>
        <mxCell id="pPH6oVQiPgVcm9OUePWL-8" parent="1" style="whiteSpace=wrap;html=1;rounded=1;" value="In loader for this route, generate the session" vertex="1">
          <mxGeometry height="60" width="120" x="17" y="244" as="geometry" />
        </mxCell>
        <mxCell id="pPH6oVQiPgVcm9OUePWL-15" edge="1" parent="1" source="pPH6oVQiPgVcm9OUePWL-12" style="edgeStyle=orthogonalEdgeStyle;rounded=0;orthogonalLoop=1;jettySize=auto;html=1;" target="pPH6oVQiPgVcm9OUePWL-14" value="">
          <mxGeometry relative="1" as="geometry" />
        </mxCell>
        <mxCell id="pPH6oVQiPgVcm9OUePWL-12" parent="1" style="whiteSpace=wrap;html=1;rounded=1;" value="Serialize and save the access token in cookie" vertex="1">
          <mxGeometry height="60" width="120" x="17" y="384" as="geometry" />
        </mxCell>
        <mxCell id="pPH6oVQiPgVcm9OUePWL-17" edge="1" parent="1" source="pPH6oVQiPgVcm9OUePWL-14" style="edgeStyle=orthogonalEdgeStyle;rounded=0;orthogonalLoop=1;jettySize=auto;html=1;" target="pPH6oVQiPgVcm9OUePWL-16" value="">
          <mxGeometry relative="1" as="geometry" />
        </mxCell>
        <mxCell id="pPH6oVQiPgVcm9OUePWL-14" parent="1" style="whiteSpace=wrap;html=1;rounded=1;" value="redirect to /dashboard" vertex="1">
          <mxGeometry height="60" width="120" x="217" y="384" as="geometry" />
        </mxCell>
        <mxCell id="pPH6oVQiPgVcm9OUePWL-19" edge="1" parent="1" source="pPH6oVQiPgVcm9OUePWL-16" style="edgeStyle=orthogonalEdgeStyle;rounded=0;orthogonalLoop=1;jettySize=auto;html=1;" target="pPH6oVQiPgVcm9OUePWL-18" value="">
          <mxGeometry relative="1" as="geometry" />
        </mxCell>
        <mxCell id="pPH6oVQiPgVcm9OUePWL-16" parent="1" style="whiteSpace=wrap;html=1;rounded=1;" value="in dashboard loader, get the access token from the cookie and send it to client" vertex="1">
          <mxGeometry height="60" width="120" x="417" y="384" as="geometry" />
        </mxCell>
        <mxCell id="pPH6oVQiPgVcm9OUePWL-21" edge="1" parent="1" source="pPH6oVQiPgVcm9OUePWL-18" style="edgeStyle=orthogonalEdgeStyle;rounded=0;orthogonalLoop=1;jettySize=auto;html=1;" target="pPH6oVQiPgVcm9OUePWL-20" value="">
          <mxGeometry relative="1" as="geometry" />
        </mxCell>
        <mxCell id="pPH6oVQiPgVcm9OUePWL-18" parent="1" style="whiteSpace=wrap;html=1;rounded=1;" value="front-end creates the kc client with api_key and access_token.&amp;nbsp;&amp;nbsp;" vertex="1">
          <mxGeometry height="60" width="120" x="617" y="384" as="geometry" />
        </mxCell>
        <mxCell id="pPH6oVQiPgVcm9OUePWL-20" parent="1" style="whiteSpace=wrap;html=1;rounded=1;" value="use kc client for calling Kite APIs" vertex="1">
          <mxGeometry height="60" width="120" x="617" y="524" as="geometry" />
        </mxCell>
      </root>
    </mxGraphModel>
  </diagram>
  <diagram name="UI/UX" id="5MV4RERJIjpIYta4IkZD">
    <mxGraphModel dx="3134" dy="2189" grid="0" gridSize="10" guides="1" tooltips="1" connect="1" arrows="1" fold="1" page="0" pageScale="1" pageWidth="402" pageHeight="874" background="#ffffff" math="0" shadow="0">
      <root>
        <mxCell id="0" />
        <mxCell id="1" parent="0" />
        <mxCell id="ExlUUjPYo0Ii6ma58Pc_-14" parent="1" style="rounded=1;whiteSpace=wrap;html=1;" value="" vertex="1">
          <mxGeometry height="321" width="1097" x="-296" y="-20" as="geometry" />
        </mxCell>
        <mxCell id="ExlUUjPYo0Ii6ma58Pc_-13" parent="1" style="rounded=1;whiteSpace=wrap;html=1;" value="" vertex="1">
          <mxGeometry height="321" width="1097" x="-287" y="732" as="geometry" />
        </mxCell>
        <mxCell id="iMmVTYed4h1aN_pzg3ix-1" parent="1" style="text;html=1;whiteSpace=wrap;strokeColor=none;fillColor=none;align=center;verticalAlign=middle;rounded=0;fontStyle=1;fontSize=48;fontColor=light-dark(#7a7978, #ededed);" value="Net Qty." vertex="1">
          <mxGeometry height="59" width="60" x="-120" y="72" as="geometry" />
        </mxCell>
        <mxCell id="iMmVTYed4h1aN_pzg3ix-2" parent="1" style="text;html=1;whiteSpace=wrap;strokeColor=none;fillColor=none;align=center;verticalAlign=middle;rounded=0;fontStyle=1;fontSize=48;fontColor=light-dark(#7a7978, #ededed);" value="AVG. PRICE" vertex="1">
          <mxGeometry height="59" width="60" x="149" y="61" as="geometry" />
        </mxCell>
        <mxCell id="iMmVTYed4h1aN_pzg3ix-3" parent="1" style="text;html=1;whiteSpace=wrap;strokeColor=none;fillColor=none;align=center;verticalAlign=middle;rounded=0;fontStyle=1;fontSize=48;fontColor=light-dark(#7a7978, #ededed);" value="LTP" vertex="1">
          <mxGeometry height="59" width="60" x="418" y="61" as="geometry" />
        </mxCell>
        <mxCell id="iMmVTYed4h1aN_pzg3ix-4" parent="1" style="text;html=1;whiteSpace=wrap;strokeColor=none;fillColor=none;align=center;verticalAlign=middle;rounded=0;fontStyle=1;fontSize=48;fontColor=light-dark(#7a7978, #ededed);" value="PnL" vertex="1">
          <mxGeometry height="59" width="60" x="687" y="61" as="geometry" />
        </mxCell>
        <mxCell id="iMmVTYed4h1aN_pzg3ix-5" parent="1" style="text;html=1;whiteSpace=wrap;strokeColor=none;fillColor=none;align=center;verticalAlign=middle;rounded=0;fontSize=36;fontStyle=1" value="100" vertex="1">
          <mxGeometry height="30" width="60" x="-120" y="211" as="geometry" />
        </mxCell>
        <mxCell id="iMmVTYed4h1aN_pzg3ix-6" parent="1" style="text;html=1;whiteSpace=wrap;strokeColor=none;fillColor=none;align=center;verticalAlign=middle;rounded=0;fontSize=36;fontStyle=1" value="36.40" vertex="1">
          <mxGeometry height="30" width="60" x="149" y="211" as="geometry" />
        </mxCell>
        <mxCell id="iMmVTYed4h1aN_pzg3ix-7" parent="1" style="text;html=1;whiteSpace=wrap;strokeColor=none;fillColor=none;align=center;verticalAlign=middle;rounded=0;fontSize=36;fontStyle=1" value="37.45" vertex="1">
          <mxGeometry height="30" width="60" x="418" y="211" as="geometry" />
        </mxCell>
        <mxCell id="iMmVTYed4h1aN_pzg3ix-8" parent="1" style="text;html=1;whiteSpace=wrap;strokeColor=none;fillColor=none;align=center;verticalAlign=middle;rounded=0;fontSize=36;fontStyle=1" value="100" vertex="1">
          <mxGeometry height="30" width="60" x="687" y="211" as="geometry" />
        </mxCell>
        <mxCell id="7si3vGMUa6yKKs87A3T9-2" edge="1" parent="1" source="7si3vGMUa6yKKs87A3T9-1" style="edgeStyle=orthogonalEdgeStyle;rounded=0;orthogonalLoop=1;jettySize=auto;html=1;exitX=0.5;exitY=0;exitDx=0;exitDy=0;entryX=0;entryY=0.5;entryDx=0;entryDy=0;" target="iMmVTYed4h1aN_pzg3ix-5">
          <mxGeometry relative="1" as="geometry">
            <Array as="points">
              <mxPoint x="-283" y="227" />
              <mxPoint x="-139" y="227" />
            </Array>
            <mxPoint x="-139.09090909090924" y="259.27272727272725" as="targetPoint" />
          </mxGeometry>
        </mxCell>
        <mxCell id="7si3vGMUa6yKKs87A3T9-1" parent="1" style="text;html=1;whiteSpace=wrap;strokeColor=none;fillColor=none;align=center;verticalAlign=middle;rounded=0;fontStyle=1" value="Red color if negative, blue color if positive" vertex="1">
          <mxGeometry height="70" width="129" x="-347" y="453" as="geometry" />
        </mxCell>
        <mxCell id="7si3vGMUa6yKKs87A3T9-4" edge="1" parent="1" source="7si3vGMUa6yKKs87A3T9-3" style="edgeStyle=orthogonalEdgeStyle;rounded=0;orthogonalLoop=1;jettySize=auto;html=1;entryX=0.5;entryY=1;entryDx=0;entryDy=0;" target="iMmVTYed4h1aN_pzg3ix-8">
          <mxGeometry relative="1" as="geometry" />
        </mxCell>
        <mxCell id="7si3vGMUa6yKKs87A3T9-3" parent="1" style="text;html=1;whiteSpace=wrap;strokeColor=none;fillColor=none;align=center;verticalAlign=middle;rounded=0;fontStyle=1" value="Red color if negative, blue color if positive" vertex="1">
          <mxGeometry height="70" width="129" x="681" y="398" as="geometry" />
        </mxCell>
        <mxCell id="7si3vGMUa6yKKs87A3T9-5" parent="1" style="text;html=1;whiteSpace=wrap;strokeColor=none;fillColor=none;align=center;verticalAlign=middle;rounded=0;" value="Will receive the following props:&lt;br&gt;netQuantity: number;&lt;br&gt;&lt;div&gt;averagePrice: number&lt;/div&gt;&lt;div&gt;ltp: number;&lt;/div&gt;" vertex="1">
          <mxGeometry height="101" width="203" x="-25" y="355" as="geometry" />
        </mxCell>
        <mxCell id="7si3vGMUa6yKKs87A3T9-6" parent="1" style="text;html=1;whiteSpace=wrap;strokeColor=none;fillColor=none;align=center;verticalAlign=middle;rounded=0;" value="PnL needs to be calculated by the component" vertex="1">
          <mxGeometry height="101" width="203" x="-21" y="482" as="geometry" />
        </mxCell>
        <mxCell id="7si3vGMUa6yKKs87A3T9-7" parent="1" style="text;html=1;whiteSpace=wrap;strokeColor=none;fillColor=none;align=center;verticalAlign=middle;rounded=0;fontStyle=1;fontSize=48;fontColor=light-dark(#7a7978, #ededed);" value="Net Qty." vertex="1">
          <mxGeometry height="59" width="60" x="-186" y="816" as="geometry" />
        </mxCell>
        <mxCell id="7si3vGMUa6yKKs87A3T9-8" parent="1" style="text;html=1;whiteSpace=wrap;strokeColor=none;fillColor=none;align=center;verticalAlign=middle;rounded=0;fontStyle=1;fontSize=48;fontColor=light-dark(#7a7978, #ededed);" value="AVG. PRICE" vertex="1">
          <mxGeometry height="59" width="60" x="83" y="805" as="geometry" />
        </mxCell>
        <mxCell id="7si3vGMUa6yKKs87A3T9-9" parent="1" style="text;html=1;whiteSpace=wrap;strokeColor=none;fillColor=none;align=center;verticalAlign=middle;rounded=0;fontStyle=1;fontSize=48;fontColor=light-dark(#7a7978, #ededed);" value="LTP" vertex="1">
          <mxGeometry height="59" width="60" x="352" y="805" as="geometry" />
        </mxCell>
        <mxCell id="7si3vGMUa6yKKs87A3T9-10" parent="1" style="text;html=1;whiteSpace=wrap;strokeColor=none;fillColor=none;align=center;verticalAlign=middle;rounded=0;fontStyle=1;fontSize=48;fontColor=light-dark(#7a7978, #ededed);" value="PnL" vertex="1">
          <mxGeometry height="59" width="60" x="621" y="805" as="geometry" />
        </mxCell>
        <mxCell id="7si3vGMUa6yKKs87A3T9-11" parent="1" style="text;html=1;whiteSpace=wrap;strokeColor=none;fillColor=none;align=center;verticalAlign=middle;rounded=0;fontSize=18;fontStyle=1" value="{props.netQuantity}" vertex="1">
          <mxGeometry height="30" width="60" x="-186" y="955" as="geometry" />
        </mxCell>
        <mxCell id="7si3vGMUa6yKKs87A3T9-12" parent="1" style="text;html=1;whiteSpace=wrap;strokeColor=none;fillColor=none;align=center;verticalAlign=middle;rounded=0;fontSize=18;fontStyle=1" value="&lt;div&gt;{props.averagePrice}&lt;/div&gt;" vertex="1">
          <mxGeometry height="30" width="60" x="83" y="955" as="geometry" />
        </mxCell>
        <mxCell id="7si3vGMUa6yKKs87A3T9-13" parent="1" style="text;html=1;whiteSpace=wrap;strokeColor=none;fillColor=none;align=center;verticalAlign=middle;rounded=0;fontSize=18;fontStyle=1" value="{props.ltp}" vertex="1">
          <mxGeometry height="30" width="60" x="352" y="955" as="geometry" />
        </mxCell>
        <mxCell id="7si3vGMUa6yKKs87A3T9-14" parent="1" style="text;html=1;whiteSpace=wrap;strokeColor=none;fillColor=none;align=center;verticalAlign=middle;rounded=0;fontSize=18;fontStyle=1" value="{pnl}" vertex="1">
          <mxGeometry height="30" width="60" x="621" y="955" as="geometry" />
        </mxCell>
        <mxCell id="ExlUUjPYo0Ii6ma58Pc_-1" parent="1" style="rounded=1;whiteSpace=wrap;html=1;" value="" vertex="1">
          <mxGeometry height="321" width="1253" x="-202" y="1234" as="geometry" />
        </mxCell>
        <mxCell id="ExlUUjPYo0Ii6ma58Pc_-2" parent="1" style="text;html=1;whiteSpace=wrap;strokeColor=none;fillColor=none;align=center;verticalAlign=middle;rounded=0;fontStyle=1;fontSize=48;fontColor=light-dark(#7a7978, #ededed);" value="Total Margin" vertex="1">
          <mxGeometry height="59" width="168" x="-154" y="1292" as="geometry" />
        </mxCell>
        <mxCell id="ExlUUjPYo0Ii6ma58Pc_-3" parent="1" style="text;html=1;whiteSpace=wrap;strokeColor=none;fillColor=none;align=center;verticalAlign=middle;rounded=0;fontStyle=1;fontSize=48;fontColor=light-dark(#7a7978, #ededed);" value="Utilized Margin" vertex="1">
          <mxGeometry height="59" width="168" x="330" y="1295" as="geometry" />
        </mxCell>
        <mxCell id="ExlUUjPYo0Ii6ma58Pc_-4" parent="1" style="text;html=1;whiteSpace=wrap;strokeColor=none;fillColor=none;align=center;verticalAlign=middle;rounded=0;fontStyle=1;fontSize=48;fontColor=light-dark(#7a7978, #ededed);" value="Net Margin" vertex="1">
          <mxGeometry height="59" width="168" x="813" y="1289" as="geometry" />
        </mxCell>
        <mxCell id="ExlUUjPYo0Ii6ma58Pc_-5" parent="1" style="text;html=1;whiteSpace=wrap;strokeColor=none;fillColor=none;align=center;verticalAlign=middle;rounded=0;fontSize=42;" value="₹2000" vertex="1">
          <mxGeometry height="30" width="60" x="-100" y="1412" as="geometry" />
        </mxCell>
        <mxCell id="ExlUUjPYo0Ii6ma58Pc_-7" parent="1" style="text;html=1;whiteSpace=wrap;strokeColor=none;fillColor=none;align=center;verticalAlign=middle;rounded=0;fontSize=42;" value="₹200" vertex="1">
          <mxGeometry height="30" width="60" x="384" y="1412" as="geometry" />
        </mxCell>
        <mxCell id="ExlUUjPYo0Ii6ma58Pc_-8" parent="1" style="text;html=1;whiteSpace=wrap;strokeColor=none;fillColor=none;align=center;verticalAlign=middle;rounded=0;fontSize=42;" value="₹1800" vertex="1">
          <mxGeometry height="30" width="60" x="867" y="1412" as="geometry" />
        </mxCell>
        <mxCell id="ExlUUjPYo0Ii6ma58Pc_-9" parent="1" style="html=1;shadow=0;dashed=0;shape=mxgraph.bootstrap.rrect;rSize=5;fillColor=#E9ECEF;strokeColor=none;" value="" vertex="1">
          <mxGeometry height="20" width="800" x="24.5" y="1507" as="geometry" />
        </mxCell>
        <mxCell id="ExlUUjPYo0Ii6ma58Pc_-10" parent="ExlUUjPYo0Ii6ma58Pc_-9" style="html=1;shadow=0;dashed=0;shape=mxgraph.bootstrap.leftButton;rSize=5;fillColor=#1CA5B8;strokeColor=none;resizeHeight=1;" value="" vertex="1">
          <mxGeometry height="20" relative="1" width="250" as="geometry" />
        </mxCell>
        <mxCell id="ExlUUjPYo0Ii6ma58Pc_-11" parent="1" style="text;html=1;whiteSpace=wrap;strokeColor=none;fillColor=none;align=center;verticalAlign=middle;rounded=0;fontSize=24;" value="The max value on the progress bar is the total margin and the filled in part is the utilized margin" vertex="1">
          <mxGeometry height="92" width="269" x="175" y="1620" as="geometry" />
        </mxCell>
        <mxCell id="ExlUUjPYo0Ii6ma58Pc_-12" edge="1" parent="1" source="ExlUUjPYo0Ii6ma58Pc_-11" style="edgeStyle=orthogonalEdgeStyle;rounded=0;orthogonalLoop=1;jettySize=auto;html=1;exitX=0.5;exitY=0;exitDx=0;exitDy=0;entryX=0.412;entryY=0.999;entryDx=0;entryDy=0;entryPerimeter=0;" target="ExlUUjPYo0Ii6ma58Pc_-1">
          <mxGeometry relative="1" as="geometry" />
        </mxCell>
      </root>
    </mxGraphModel>
  </diagram>
  <diagram id="dmkDPsUycKQvBsQ4H3Di" name="Kite-Fly-Ticker-Architecture">
    <mxGraphModel dx="1357" dy="626" grid="0" gridSize="10" guides="1" tooltips="1" connect="1" arrows="1" fold="1" page="0" pageScale="1" pageWidth="402" pageHeight="874" math="0" shadow="0">
      <root>
        <mxCell id="0" />
        <mxCell id="1" parent="0" />
        <mxCell id="FDZGNOtkY16CQce4NqAR-3" edge="1" parent="1" source="FDZGNOtkY16CQce4NqAR-1" style="edgeStyle=orthogonalEdgeStyle;rounded=0;orthogonalLoop=1;jettySize=auto;html=1;" target="FDZGNOtkY16CQce4NqAR-2" value="">
          <mxGeometry relative="1" as="geometry" />
        </mxCell>
        <mxCell id="FDZGNOtkY16CQce4NqAR-1" parent="1" style="rounded=1;whiteSpace=wrap;html=1;" value="Client posts a request - for example:&lt;br&gt;&lt;div&gt;&lt;br&gt;&lt;/div&gt;&lt;br&gt;&lt;div&gt;fetch(&quot;http://localhost:3000/api/ltp&quot;, () =&amp;gt; {&lt;/div&gt;&lt;div&gt;method: &quot;POST&quot;,&lt;/div&gt;&lt;div&gt;body: JSON.stringify({&lt;/div&gt;&lt;div&gt;instrument: &quot;WIPRO&quot;,&lt;br&gt;ltp: 128.10&lt;/div&gt;&lt;div&gt;})&lt;/div&gt;&lt;div&gt;})&lt;br&gt;&lt;br&gt;The call is made from another site - for ex. https://kite.zerodha.com&lt;/div&gt;" vertex="1">
          <mxGeometry height="236" width="345" x="-33" y="45" as="geometry" />
        </mxCell>
        <mxCell id="FDZGNOtkY16CQce4NqAR-5" edge="1" parent="1" source="FDZGNOtkY16CQce4NqAR-2" style="edgeStyle=orthogonalEdgeStyle;rounded=0;orthogonalLoop=1;jettySize=auto;html=1;" target="FDZGNOtkY16CQce4NqAR-4" value="">
          <mxGeometry relative="1" as="geometry" />
        </mxCell>
        <mxCell id="FDZGNOtkY16CQce4NqAR-2" parent="1" style="whiteSpace=wrap;html=1;rounded=1;" value="SERVER" vertex="1">
          <mxGeometry height="60" width="120" x="504.5" y="98.5" as="geometry" />
        </mxCell>
        <mxCell id="FDZGNOtkY16CQce4NqAR-8" edge="1" parent="1" source="FDZGNOtkY16CQce4NqAR-4" style="edgeStyle=orthogonalEdgeStyle;rounded=0;orthogonalLoop=1;jettySize=auto;html=1;exitX=0.75;exitY=1;exitDx=0;exitDy=0;entryX=1;entryY=0.75;entryDx=0;entryDy=0;" target="FDZGNOtkY16CQce4NqAR-6">
          <mxGeometry relative="1" as="geometry" />
        </mxCell>
        <mxCell id="FDZGNOtkY16CQce4NqAR-4" parent="1" style="whiteSpace=wrap;html=1;rounded=1;" value="Websocket" vertex="1">
          <mxGeometry height="60" width="120" x="504.5" y="265" as="geometry" />
        </mxCell>
        <mxCell id="FDZGNOtkY16CQce4NqAR-7" edge="1" parent="1" source="FDZGNOtkY16CQce4NqAR-6" style="edgeStyle=orthogonalEdgeStyle;rounded=0;orthogonalLoop=1;jettySize=auto;html=1;entryX=0.5;entryY=1;entryDx=0;entryDy=0;" target="FDZGNOtkY16CQce4NqAR-4">
          <mxGeometry relative="1" as="geometry" />
        </mxCell>
        <mxCell id="FDZGNOtkY16CQce4NqAR-6" parent="1" style="rounded=1;whiteSpace=wrap;html=1;" value="On another client,&lt;div&gt;new Websocket()&lt;/div&gt;// receive the data which is sent from /api/ltp" vertex="1">
          <mxGeometry height="167" width="345" x="1" y="392" as="geometry" />
        </mxCell>
      </root>
    </mxGraphModel>
  </diagram>
</mxfile>
